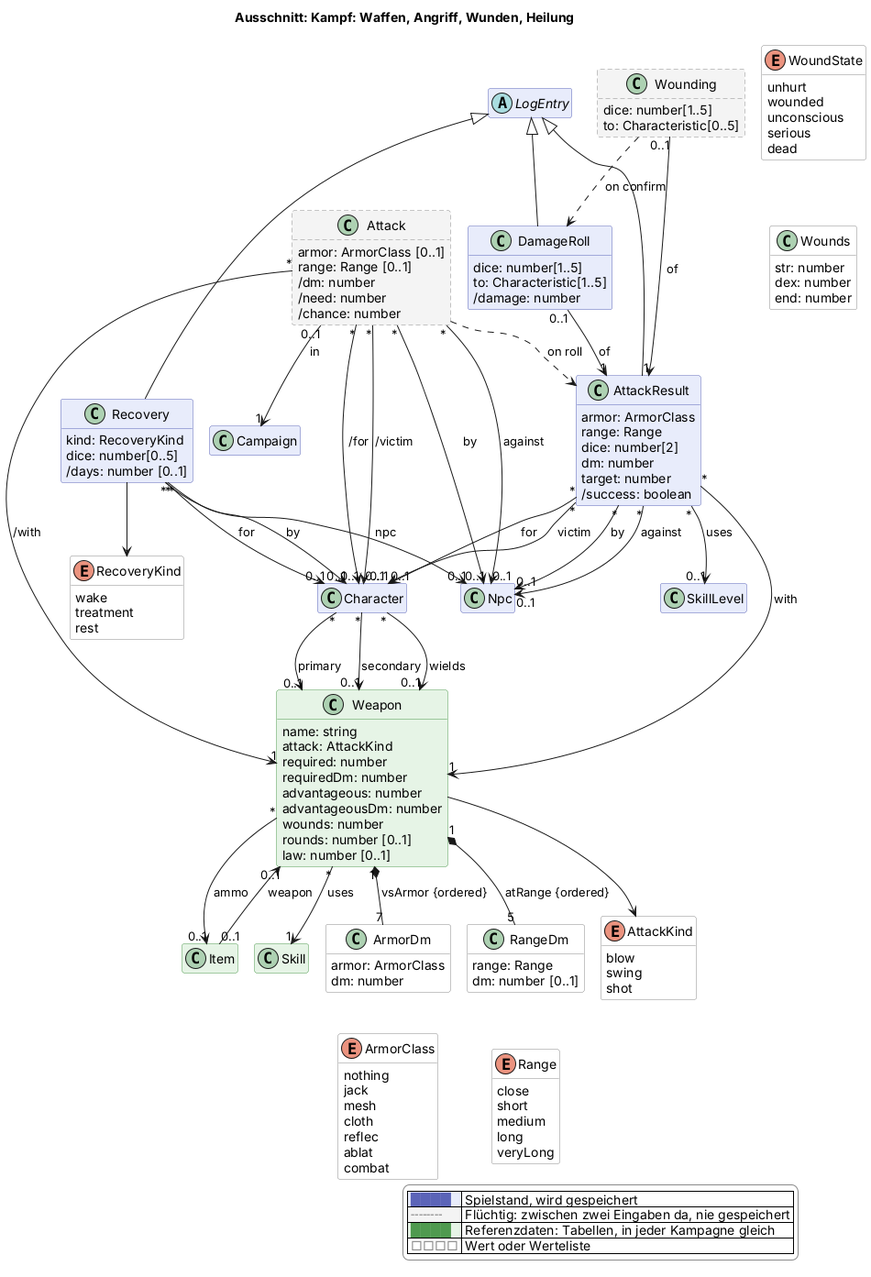
Before: docs/views/kampf.png, a diagram exported from PlantUML (scuzzar/SRE).
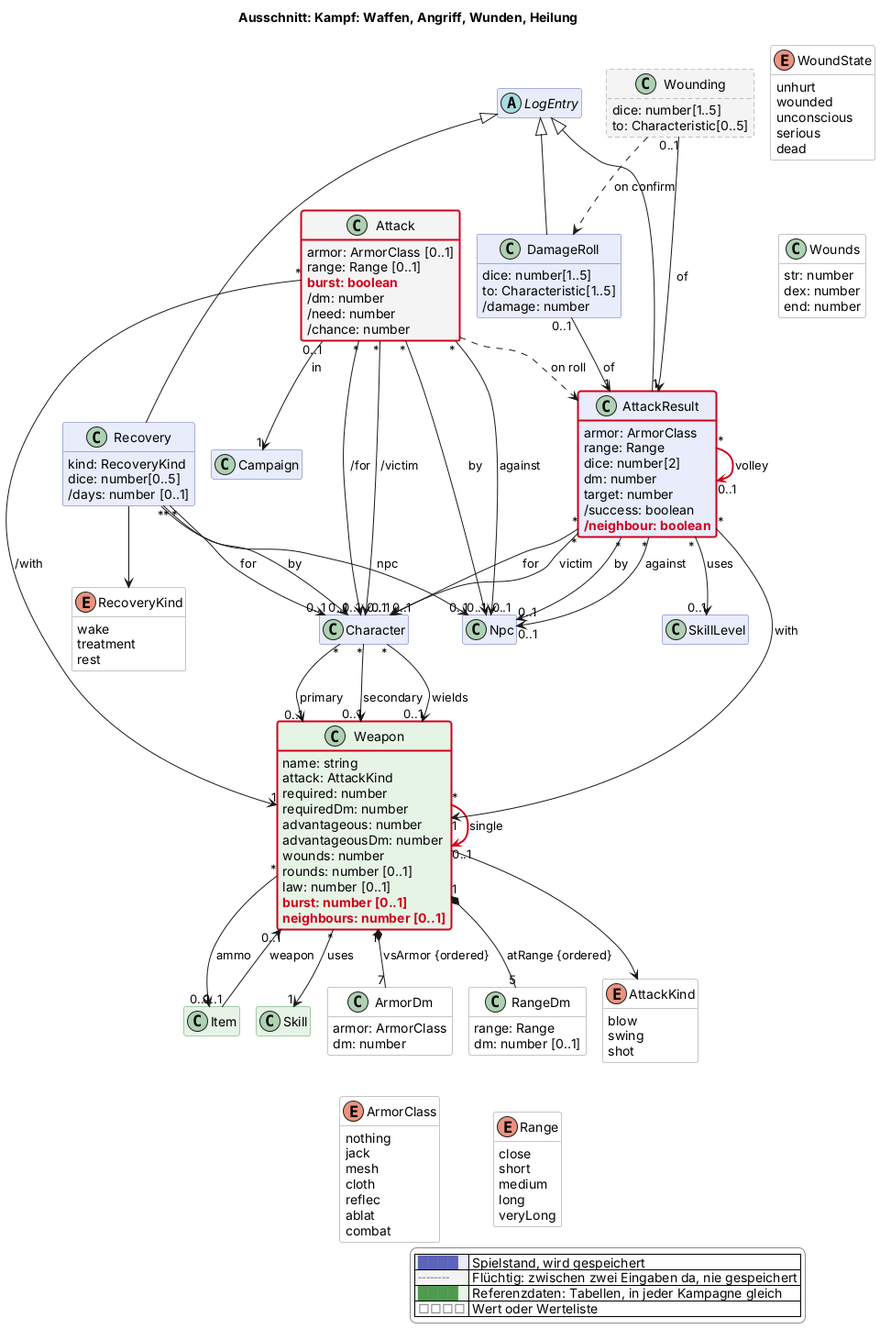
The same file after the commit.

Change to the diagram source:
```diff
@@ -71,6 +71,7 @@
   class Attack <<transient>> $kampf {
     armor: ArmorClass [0..1]
     range: Range [0..1]
+    $new("2026-11-07", "burst: boolean")
     /dm: number
     /need: number
     /chance: number
@@ -82,6 +83,7 @@
     dm: number
     target: number
     /success: boolean
+    $new("2026-11-07", "/neighbour: boolean")
   }
   class Recovery $kampf {
     kind: RecoveryKind
@@ -128,6 +130,8 @@
     wounds: number
     rounds: number [0..1]
     law: number [0..1]
+    $new("2026-11-07", "burst: number [0..1]")
+    $new("2026-11-07", "neighbours: number [0..1]")
   }
   class ArmorDm <<value>> $kampf {
     armor: ArmorClass
@@ -170,6 +174,7 @@
 
 Weapon "*" --> "1" Skill : uses
 Weapon "*" --> "0..1" Item : ammo
+Weapon "*" -$newArrow("2026-11-07")-> "0..1" Weapon : single
 Weapon --> AttackKind
 Weapon "1" *-- "7" ArmorDm : vsArmor {ordered}
 Weapon "1" *-- "5" RangeDm : atRange {ordered}
@@ -198,6 +203,7 @@
 AttackResult "*" --> "0..1" Character : victim
 AttackResult "*" --> "1" Weapon : with
 AttackResult "*" --> "0..1" SkillLevel : uses
+AttackResult "*" -$newArrow("2026-11-07")-> "0..1" AttackResult : volley
 DamageRoll "0..1" --> "1" AttackResult : of
 Wounding "0..1" --> "1" AttackResult : of
 Wounding ..> DamageRoll : on confirm
@@ -212,4 +218,7 @@
   |<#e6f4e6> <color:#4f9a4f>████</color> | Referenzdaten: Tabellen, in jeder Kampagne gleich |
   |<#ffffff> <color:#8a8a8a>□□□□</color> | Wert oder Werteliste |
 endlegend
+class Attack #line:d0021b;line.bold
+class AttackResult #line:d0021b;line.bold
+class Weapon #line:d0021b;line.bold
 @enduml
```
